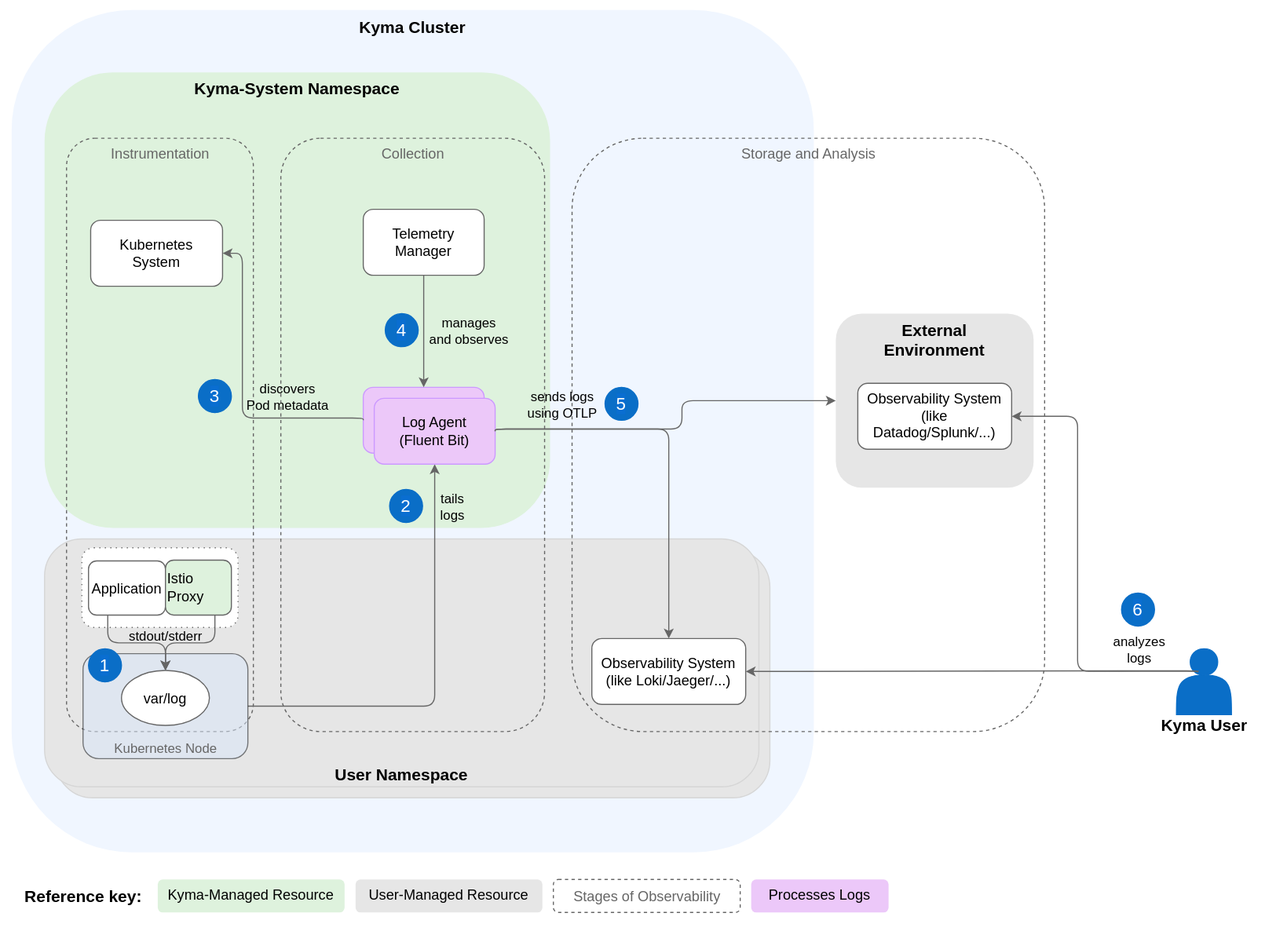
Before: docs/user/assets/logs-arch.drawio.svg, a diagram exported from draw.io (kyma-project/telemetry-manager). Source tidied: cells renumbered, new cells last; positions are measured from the earlier drawing's top-left corner, leaving out a move shared by most shapes.
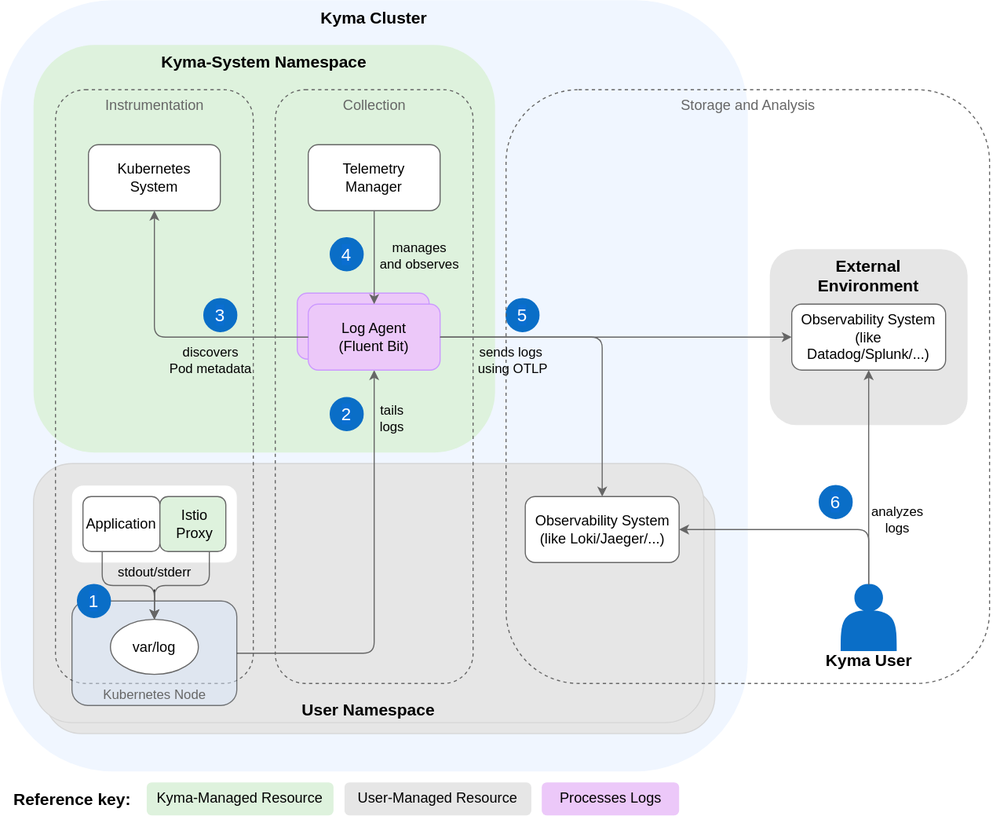
The same diagram one commit later.

Change to the diagram source:
```diff
@@ -5,6 +5,6 @@
     <mxCell id="2" style="rounded=0;whiteSpace=wrap;html=1;fillColor=#FFFFFF;strokeColor=none;" parent="1" vertex="1">
-      <mxGeometry width="1170" height="850" as="geometry" />
+      <mxGeometry x="-990" y="18.6" width="910" height="751.4" as="geometry" />
     </mxCell>
     <mxCell id="3" style="group;" parent="1" vertex="1">
-      <mxGeometry x="1050" y="590" width="90" height="79" as="geometry" />
+      <mxGeometry x="-245" y="550" width="90" height="79" as="geometry" />
     </mxCell>
@@ -17,73 +17,48 @@
     <mxCell id="6" value="&lt;font style=&quot;font-size: 16px&quot;&gt;6&lt;/font&gt;" style="ellipse;whiteSpace=wrap;html=1;labelBackgroundColor=#0A6ED1;fontColor=#FFFFFF;fillColor=#0A6EC7;strokeColor=#0A6EC7;" parent="1" vertex="1">
-      <mxGeometry x="1020" y="539.3" width="30" height="30" as="geometry" />
+      <mxGeometry x="-245" y="460" width="30" height="30" as="geometry" />
     </mxCell>
     <mxCell id="7" value="&lt;b style=&quot;color: rgb(0, 0, 0); font-size: 15px;&quot;&gt;&lt;font style=&quot;font-size: 15px;&quot;&gt;Kyma Cluster&lt;br style=&quot;font-size: 15px;&quot;&gt;&lt;/font&gt;&lt;/b&gt;" style="rounded=1;whiteSpace=wrap;html=1;fillColor=#F0F6FF;strokeColor=none;fontColor=#333333;verticalAlign=top;fontSize=15;" parent="1" vertex="1">
-      <mxGeometry x="10" y="8.6" width="730" height="766.8" as="geometry" />
+      <mxGeometry x="-990" y="18.6" width="680" height="701.4" as="geometry" />
     </mxCell>
     <mxCell id="8" value="&lt;b style=&quot;color: rgb(0, 0, 0); font-size: 15px;&quot;&gt;Kyma-System Namespace&lt;br style=&quot;font-size: 15px;&quot;&gt;&lt;/b&gt;" style="rounded=1;whiteSpace=wrap;html=1;dashed=1;fillColor=#DEF2DD;strokeColor=none;verticalAlign=top;fontSize=15;" parent="1" vertex="1">
-      <mxGeometry x="40" y="65.3" width="460" height="414.7" as="geometry" />
+      <mxGeometry x="-960" y="59.3" width="420" height="370.7" as="geometry" />
     </mxCell>
     <mxCell id="9" style="rounded=1;whiteSpace=wrap;html=1;fillColor=#E6E6E6;strokeColor=#d6d6d6;" parent="1" vertex="1">
-      <mxGeometry x="50" y="500" width="650" height="225.7" as="geometry" />
+      <mxGeometry x="-950" y="460" width="610" height="225.7" as="geometry" />
     </mxCell>
     <mxCell id="10" value="&lt;b style=&quot;color: rgb(0, 0, 0); font-size: 15px;&quot;&gt;User Namespace&lt;br style=&quot;font-size: 15px;&quot;&gt;&lt;/b&gt;" style="rounded=1;whiteSpace=wrap;html=1;fillColor=#E6E6E6;strokeColor=#D6D6D6;verticalAlign=bottom;fontSize=15;" parent="1" vertex="1">
-      <mxGeometry x="40" y="490" width="650" height="225.7" as="geometry" />
+      <mxGeometry x="-960" y="440" width="610" height="235.7" as="geometry" />
     </mxCell>
-    <mxCell id="11" value="&lt;font color=&quot;#666666&quot; style=&quot;font-size: 13px;&quot;&gt;Storage and Analysis&lt;br style=&quot;font-size: 13px;&quot;&gt;&lt;/font&gt;" style="html=1;fillColor=none;strokeColor=#666666;rounded=1;dashed=1;verticalAlign=top;fontSize=13;" parent="1" vertex="1">
-      <mxGeometry x="520" y="125.3" width="430" height="540" as="geometry" />
-    </mxCell>
     <mxCell id="12" value="&lt;b style=&quot;color: rgb(0, 0, 0); font-size: 15px;&quot;&gt;&lt;font style=&quot;font-size: 15px;&quot;&gt;External&lt;br style=&quot;font-size: 15px;&quot;&gt;Environment&lt;br style=&quot;font-size: 15px;&quot;&gt;&lt;/font&gt;&lt;/b&gt;" style="rounded=1;whiteSpace=wrap;html=1;fillColor=#e6e6e6;strokeColor=none;fontColor=#333333;verticalAlign=top;fontSize=15;" parent="1" vertex="1">
-      <mxGeometry x="760" y="285" width="180" height="158.4" as="geometry" />
+      <mxGeometry x="-290" y="245" width="180" height="160" as="geometry" />
     </mxCell>
     <mxCell id="13" value="Observability System&lt;br style=&quot;font-size: 13px;&quot;&gt;(like Datadog/Splunk/...)" style="rounded=1;whiteSpace=wrap;html=1;fontColor=#000000;fillColor=#FFFFFF;strokeColor=#666666;fontSize=13;" parent="1" vertex="1">
-      <mxGeometry x="780" y="348.4" width="140" height="60" as="geometry" />
+      <mxGeometry x="-270" y="295" width="140" height="60" as="geometry" />
     </mxCell>
     <mxCell id="14" value="Observability System&lt;br style=&quot;font-size: 13px;&quot;&gt;(like Loki/Jaeger/...)" style="rounded=1;whiteSpace=wrap;html=1;fontColor=#000000;fillColor=#FFFFFF;strokeColor=#666666;fontSize=13;" parent="1" vertex="1">
-      <mxGeometry x="538" y="580.7" width="140" height="60" as="geometry" />
+      <mxGeometry x="-512.5" y="470" width="140" height="60" as="geometry" />
     </mxCell>
     <mxCell id="15" value="&lt;font color=&quot;#666666&quot; style=&quot;font-size: 13px;&quot;&gt;Instrumentation&lt;br style=&quot;font-size: 13px;&quot;&gt;&lt;/font&gt;" style="html=1;fillColor=none;strokeColor=#666666;rounded=1;dashed=1;verticalAlign=top;fontSize=13;" parent="1" vertex="1">
-      <mxGeometry x="60" y="125.3" width="170" height="540" as="geometry" />
+      <mxGeometry x="-940" y="100" width="180" height="540" as="geometry" />
     </mxCell>
     <mxCell id="16" value="&lt;font color=&quot;#666666&quot; style=&quot;font-size: 13px;&quot;&gt;Collection&lt;br style=&quot;font-size: 13px;&quot;&gt;&lt;/font&gt;" style="html=1;fillColor=none;strokeColor=#666666;rounded=1;dashed=1;verticalAlign=top;fontSize=13;" parent="1" vertex="1">
-      <mxGeometry x="255" y="125.3" width="240" height="540" as="geometry" />
+      <mxGeometry x="-740" y="100" width="180" height="540" as="geometry" />
     </mxCell>
     <mxCell id="17" value="Telemetry&lt;br style=&quot;font-size: 13px;&quot;&gt;Manager" style="rounded=1;whiteSpace=wrap;html=1;fontColor=#000000;fillColor=#FFFFFF;strokeColor=#666666;fontSize=13;" parent="1" vertex="1">
-      <mxGeometry x="330" y="190" width="110" height="60" as="geometry" />
+      <mxGeometry x="-710" y="150" width="120" height="60" as="geometry" />
     </mxCell>
     <mxCell id="18" value="&lt;font style=&quot;font-size: 15px;&quot;&gt;&lt;b&gt;Reference key:&lt;/b&gt;&lt;/font&gt;" style="text;html=1;align=center;verticalAlign=middle;strokeColor=none;fillColor=default;" parent="1" vertex="1">
-      <mxGeometry x="10" y="800" width="130" height="30" as="geometry" />
+      <mxGeometry x="-990" y="730" width="130" height="30" as="geometry" />
     </mxCell>
     <mxCell id="19" value="&lt;span style=&quot;color: rgb(0, 0, 0); font-family: Helvetica; font-size: 13px; font-style: normal; font-variant-ligatures: normal; font-variant-caps: normal; font-weight: 400; letter-spacing: normal; orphans: 2; text-indent: 0px; text-transform: none; widows: 2; word-spacing: 0px; -webkit-text-stroke-width: 0px; text-decoration-thickness: initial; text-decoration-style: initial; text-decoration-color: initial; float: none; display: inline !important;&quot;&gt;Processes Logs&lt;/span&gt;" style="text;whiteSpace=wrap;html=1;strokeColor=none;rounded=1;fillColor=#ecc8f9;align=center;fontSize=13;" parent="1" vertex="1">
-      <mxGeometry x="683" y="800" width="125" height="30" as="geometry" />
+      <mxGeometry x="-497.5" y="730" width="125" height="30" as="geometry" />
     </mxCell>
-    <mxCell id="20" style="rounded=1;jettySize=auto;html=1;strokeColor=#666666;entryX=1;entryY=0.5;entryDx=0;entryDy=0;exitX=0.407;exitY=0.34;exitDx=0;exitDy=0;exitPerimeter=0;edgeStyle=orthogonalEdgeStyle;" parent="1" edge="1" source="4" target="13">
-      <mxGeometry relative="1" as="geometry">
-        <Array as="points">
-          <mxPoint x="980" y="610" />
-          <mxPoint x="980" y="378" />
-          <mxPoint x="920" y="378" />
-        </Array>
-      </mxGeometry>
-    </mxCell>
-    <mxCell id="21" value="&lt;font style=&quot;font-size: 12px;&quot;&gt;analyzes &lt;br&gt;logs&lt;/font&gt;" style="edgeLabel;html=1;align=center;verticalAlign=middle;" parent="20" vertex="1">
-      <mxGeometry x="-0.05" relative="1" as="geometry">
-        <mxPoint x="55" y="62" as="offset" />
-      </mxGeometry>
-    </mxCell>
-    <mxCell id="22" style="rounded=1;jettySize=auto;html=1;strokeColor=#666666;entryX=1;entryY=0.5;entryDx=0;entryDy=0;exitX=0.381;exitY=0.361;exitDx=0;exitDy=0;exitPerimeter=0;edgeStyle=orthogonalEdgeStyle;" parent="1" edge="1" source="4" target="14">
-      <mxGeometry relative="1" as="geometry">
-        <Array as="points">
-          <mxPoint x="1089" y="610" />
-          <mxPoint x="1030" y="610" />
-        </Array>
-      </mxGeometry>
-    </mxCell>
     <mxCell id="23" value="Kubernetes&lt;br style=&quot;font-size: 13px;&quot;&gt;System" style="rounded=1;whiteSpace=wrap;html=1;fontSize=13;strokeColor=#666666;" parent="1" vertex="1">
-      <mxGeometry x="82" y="200" width="120" height="60" as="geometry" />
+      <mxGeometry x="-910" y="150" width="120" height="60" as="geometry" />
     </mxCell>
     <mxCell id="24" value="&lt;font style=&quot;font-size: 16px&quot;&gt;5&lt;/font&gt;" style="ellipse;whiteSpace=wrap;html=1;labelBackgroundColor=#0A6ED1;fontColor=#FFFFFF;fillColor=#0A6EC7;strokeColor=#0A6EC7;" parent="1" vertex="1">
-      <mxGeometry x="550" y="352" width="30" height="30" as="geometry" />
+      <mxGeometry x="-530" y="290" width="30" height="30" as="geometry" />
     </mxCell>
     <mxCell id="25" value="Log Agent&lt;br&gt;(Fluent Bit)" style="rounded=1;whiteSpace=wrap;html=1;fillColor=#ecc8f9;strokeColor=#CC99FF;fontColor=#000000;" parent="1" vertex="1">
-      <mxGeometry x="330" y="352" width="110" height="60" as="geometry" />
+      <mxGeometry x="-720" y="285" width="120" height="60" as="geometry" />
     </mxCell>
@@ -93,6 +68,6 @@
     <mxCell id="27" value="stdout/stderr" style="text;html=1;align=center;verticalAlign=middle;points=[];fontSize=12;" parent="1" vertex="1">
-      <mxGeometry x="105" y="564.4" width="90" height="30" as="geometry" />
+      <mxGeometry x="-895" y="524.4" width="90" height="30" as="geometry" />
     </mxCell>
     <mxCell id="28" value="&lt;font style=&quot;font-size: 16px&quot;&gt;2&lt;/font&gt;" style="ellipse;whiteSpace=wrap;html=1;labelBackgroundColor=#0A6ED1;fontColor=#FFFFFF;fillColor=#0A6EC7;strokeColor=#0A6EC7;" parent="1" vertex="1">
-      <mxGeometry x="354" y="445" width="30" height="30" as="geometry" />
+      <mxGeometry x="-690" y="380" width="30" height="30" as="geometry" />
     </mxCell>
@@ -103,3 +78,3 @@
       <mxGeometry x="0.35" y="-4" relative="1" as="geometry">
-        <mxPoint x="11" y="-88" as="offset" />
+        <mxPoint x="11" y="-80" as="offset" />
       </mxGeometry>
@@ -107,10 +82,8 @@
     <mxCell id="31" value="Log Agent&lt;br style=&quot;font-size: 13px;&quot;&gt;(Fluent Bit)" style="rounded=1;whiteSpace=wrap;html=1;fillColor=#ecc8f9;strokeColor=#CC99FF;fontColor=#000000;fontSize=13;" parent="1" vertex="1">
-      <mxGeometry x="340" y="362" width="110" height="60" as="geometry" />
+      <mxGeometry x="-710" y="295" width="120" height="60" as="geometry" />
     </mxCell>
-    <mxCell id="32" style="edgeStyle=orthogonalEdgeStyle;rounded=1;jettySize=auto;html=1;startArrow=none;startFill=0;endArrow=classic;endFill=1;strokeColor=#666666;entryX=1;entryY=0.5;entryDx=0;entryDy=0;exitX=0;exitY=0.5;exitDx=0;exitDy=0;" parent="1" edge="1" source="25" target="23">
+    <mxCell id="32" style="edgeStyle=orthogonalEdgeStyle;rounded=1;jettySize=auto;html=1;startArrow=none;startFill=0;endArrow=classic;endFill=1;strokeColor=#666666;entryX=0.5;entryY=1;entryDx=0;entryDy=0;exitX=0;exitY=0.5;exitDx=0;exitDy=0;" parent="1" edge="1" source="31" target="23">
       <mxGeometry relative="1" as="geometry">
         <Array as="points">
-          <mxPoint x="330" y="380" />
-          <mxPoint x="220" y="380" />
-          <mxPoint x="220" y="230" />
+          <mxPoint x="-850" y="325" />
         </Array>
@@ -120,3 +93,3 @@
       <mxGeometry x="-0.24" y="2" relative="1" as="geometry">
-        <mxPoint x="35" y="-22" as="offset" />
+        <mxPoint x="7" y="18" as="offset" />
       </mxGeometry>
@@ -124,13 +97,12 @@
     <mxCell id="34" value="&lt;font style=&quot;font-size: 16px&quot;&gt;3&lt;/font&gt;" style="ellipse;whiteSpace=wrap;html=1;labelBackgroundColor=#0A6ED1;fontColor=#FFFFFF;fillColor=#0A6EC7;strokeColor=#0A6EC7;" parent="1" vertex="1">
-      <mxGeometry x="180" y="345" width="30" height="30" as="geometry" />
+      <mxGeometry x="-805" y="290" width="30" height="30" as="geometry" />
     </mxCell>
     <mxCell id="35" value="&lt;font style=&quot;font-size: 16px&quot;&gt;4&lt;/font&gt;" style="ellipse;whiteSpace=wrap;html=1;labelBackgroundColor=#0A6ED1;fontColor=#FFFFFF;fillColor=#0A6EC7;strokeColor=#0A6EC7;" parent="1" vertex="1">
-      <mxGeometry x="350" y="285" width="30" height="30" as="geometry" />
+      <mxGeometry x="-690" y="234.7" width="30" height="30" as="geometry" />
     </mxCell>
-    <mxCell id="36" style="edgeStyle=orthogonalEdgeStyle;rounded=1;jettySize=auto;html=1;entryX=0;entryY=0.5;entryDx=0;entryDy=0;strokeColor=#666666;exitX=1;exitY=0.5;exitDx=0;exitDy=0;" parent="1" edge="1" source="31" target="12">
+    <mxCell id="36" style="edgeStyle=orthogonalEdgeStyle;rounded=1;jettySize=auto;html=1;entryX=0;entryY=0.5;entryDx=0;entryDy=0;strokeColor=#666666;exitX=1;exitY=0.5;exitDx=0;exitDy=0;" parent="1" edge="1" source="31" target="13">
       <mxGeometry relative="1" as="geometry">
         <Array as="points">
-          <mxPoint x="450" y="390" />
-          <mxPoint x="620" y="390" />
-          <mxPoint x="620" y="364" />
+          <mxPoint x="-430" y="325" />
+          <mxPoint x="-430" y="325" />
         </Array>
@@ -140,3 +112,3 @@
       <mxGeometry x="-0.14" y="-2" relative="1" as="geometry">
-        <mxPoint x="-84" y="-25" as="offset" />
+        <mxPoint x="-73" y="18" as="offset" />
       </mxGeometry>
@@ -146,4 +118,4 @@
         <Array as="points">
-          <mxPoint x="450" y="390" />
-          <mxPoint x="608" y="390" />
+          <mxPoint x="-442" y="325" />
+          <mxPoint x="-442" y="470" />
         </Array>
@@ -152,11 +124,11 @@
     <mxCell id="39" value="&lt;font color=&quot;#666666&quot;&gt;Kubernetes Node&lt;br&gt;&lt;/font&gt;" style="html=1;fillColor=#dae8fc;strokeColor=default;rounded=1;verticalAlign=bottom;opacity=50;" parent="1" vertex="1">
-      <mxGeometry x="75" y="594.4" width="150" height="95.6" as="geometry" />
+      <mxGeometry x="-925" y="565" width="150" height="95" as="geometry" />
     </mxCell>
     <mxCell id="40" value="var/log" style="ellipse;whiteSpace=wrap;html=1;fontSize=13;strokeColor=#666666;" parent="1" vertex="1">
-      <mxGeometry x="110" y="609.8" width="80" height="50" as="geometry" />
+      <mxGeometry x="-890" y="581.8" width="80" height="50" as="geometry" />
     </mxCell>
     <mxCell id="41" value="&lt;font style=&quot;font-size: 16px&quot;&gt;1&lt;/font&gt;" style="ellipse;whiteSpace=wrap;html=1;labelBackgroundColor=#0A6ED1;fontColor=#FFFFFF;fillColor=#0A6EC7;strokeColor=#0A6EC7;" parent="1" vertex="1">
-      <mxGeometry x="80" y="590.1" width="30" height="30" as="geometry" />
+      <mxGeometry x="-920" y="550" width="30" height="30" as="geometry" />
     </mxCell>
-    <mxCell id="42" style="edgeStyle=orthogonalEdgeStyle;rounded=1;jettySize=auto;html=1;startArrow=none;startFill=0;endArrow=classic;endFill=1;strokeColor=#666666;exitX=0.5;exitY=1;exitDx=0;exitDy=0;entryX=0.5;entryY=0;entryDx=0;entryDy=0;" parent="1" edge="1" source="17" target="25">
+    <mxCell id="42" style="edgeStyle=orthogonalEdgeStyle;rounded=1;jettySize=auto;html=1;startArrow=none;startFill=0;endArrow=classic;endFill=1;strokeColor=#666666;exitX=0.5;exitY=1;exitDx=0;exitDy=0;entryX=0.5;entryY=0;entryDx=0;entryDy=0;" parent="1" edge="1" source="17" target="31">
       <mxGeometry relative="1" as="geometry" />
@@ -165,13 +137,13 @@
       <mxGeometry x="0.35" y="-4" relative="1" as="geometry">
-        <mxPoint x="44" y="-19" as="offset" />
+        <mxPoint x="44" y="-18" as="offset" />
       </mxGeometry>
     </mxCell>
-    <mxCell id="44" style="rounded=1;whiteSpace=wrap;html=1;fillColor=#FFFFFF;strokeColor=#666666;fontColor=#000000;dashed=1;dashPattern=1 4;" parent="1" vertex="1">
-      <mxGeometry x="73.9" y="498" width="142.1" height="72.5" as="geometry" />
+    <mxCell id="44" style="rounded=1;whiteSpace=wrap;html=1;fillColor=#FFFFFF;strokeColor=none;fontColor=#000000;dashed=1;dashPattern=1 4;" parent="1" vertex="1">
+      <mxGeometry x="-925" y="460" width="150" height="70" as="geometry" />
     </mxCell>
     <mxCell id="45" value="&lt;font style=&quot;font-size: 13px;&quot;&gt;Application&lt;/font&gt;" style="rounded=1;whiteSpace=wrap;html=1;fillColor=#FFFFFF;strokeColor=#666666;fontColor=#000000;fontSize=13;" parent="1" vertex="1">
-      <mxGeometry x="80" y="510" width="70" height="49.3" as="geometry" />
+      <mxGeometry x="-915" y="470" width="70" height="50" as="geometry" />
     </mxCell>
-    <mxCell id="46" value="&lt;font style=&quot;font-size: 13px;&quot;&gt;&amp;nbsp;Istio&lt;br style=&quot;font-size: 13px;&quot;&gt;&amp;nbsp;Proxy&lt;/font&gt;" style="rounded=1;whiteSpace=wrap;html=1;fontSize=13;fillColor=#def2dd;strokeColor=#666666;fontColor=#000000;align=left;" parent="1" vertex="1">
-      <mxGeometry x="150" y="509.3" width="60" height="50" as="geometry" />
+    <mxCell id="46" value="&lt;font style=&quot;font-size: 13px;&quot;&gt;&amp;nbsp;Istio&lt;br style=&quot;font-size: 13px;&quot;&gt;&amp;nbsp;Proxy&lt;/font&gt;" style="rounded=1;whiteSpace=wrap;html=1;fontSize=13;fillColor=#def2dd;strokeColor=#666666;fontColor=#000000;align=center;" parent="1" vertex="1">
+      <mxGeometry x="-845" y="470" width="60" height="50" as="geometry" />
     </mxCell>
@@ -184,10 +156,29 @@
     <mxCell id="49" value="&lt;span style=&quot;color: rgb(0, 0, 0); font-family: Helvetica; font-size: 13px; font-style: normal; font-variant-ligatures: normal; font-variant-caps: normal; font-weight: 400; letter-spacing: normal; orphans: 2; text-indent: 0px; text-transform: none; widows: 2; word-spacing: 0px; -webkit-text-stroke-width: 0px; text-decoration-thickness: initial; text-decoration-style: initial; text-decoration-color: initial; float: none; display: inline !important;&quot;&gt;User-Managed Resource&lt;/span&gt;" style="text;whiteSpace=wrap;html=1;strokeColor=none;rounded=1;fillColor=#e6e6e6;align=center;fontSize=13;" parent="1" vertex="1">
-      <mxGeometry x="323" y="800" width="170" height="30" as="geometry" />
+      <mxGeometry x="-677" y="730" width="170" height="30" as="geometry" />
     </mxCell>
-    <mxCell id="50" value="&lt;font color=&quot;#666666&quot; style=&quot;font-size: 13px;&quot;&gt;&lt;font style=&quot;font-size: 13px;&quot;&gt;Stages of Observability&lt;/font&gt;&lt;br style=&quot;font-size: 13px;&quot;&gt;&lt;/font&gt;" style="html=1;fillColor=none;strokeColor=#666666;rounded=1;dashed=1;fontSize=13;" parent="1" vertex="1">
-      <mxGeometry x="503" y="800" width="170" height="30" as="geometry" />
-    </mxCell>
     <mxCell id="51" value="&lt;span style=&quot;color: rgb(0, 0, 0); font-family: Helvetica; font-size: 13px; font-style: normal; font-variant-ligatures: normal; font-variant-caps: normal; font-weight: 400; letter-spacing: normal; orphans: 2; text-indent: 0px; text-transform: none; widows: 2; word-spacing: 0px; -webkit-text-stroke-width: 0px; text-decoration-thickness: initial; text-decoration-style: initial; text-decoration-color: initial; float: none; display: inline !important;&quot;&gt;Kyma-Managed Resource&lt;/span&gt;" style="text;whiteSpace=wrap;html=1;strokeColor=none;rounded=1;fillColor=#def2dd;align=center;" parent="1" vertex="1">
-      <mxGeometry x="143" y="800" width="170" height="30" as="geometry" />
+      <mxGeometry x="-857" y="730" width="170" height="30" as="geometry" />
     </mxCell>
+    <mxCell id="20" style="edgeStyle=orthogonalEdgeStyle;rounded=1;jettySize=auto;html=1;entryX=0.5;entryY=1;entryDx=0;entryDy=0;strokeColor=#666666;exitX=0.5;exitY=0;exitDx=0;exitDy=0;" parent="1" edge="1" source="4" target="13">
+      <mxGeometry relative="1" as="geometry">
+        <Array as="points">
+          <mxPoint x="-200" y="550" />
+        </Array>
+      </mxGeometry>
+    </mxCell>
+    <mxCell id="22" style="edgeStyle=orthogonalEdgeStyle;rounded=1;jettySize=auto;html=1;entryX=1;entryY=0.5;entryDx=0;entryDy=0;strokeColor=#666666;exitX=0.5;exitY=0;exitDx=0;exitDy=0;" parent="1" edge="1" source="4" target="14">
+      <mxGeometry relative="1" as="geometry">
+        <Array as="points">
+          <mxPoint x="-200" y="500" />
+        </Array>
+      </mxGeometry>
+    </mxCell>
+    <mxCell id="21" value="analyzes &lt;br style=&quot;font-size: 12px;&quot;&gt;logs" style="edgeLabel;html=1;align=center;verticalAlign=middle;fontSize=12;labelBackgroundColor=none;" parent="22" vertex="1">
+      <mxGeometry x="-0.13" relative="1" as="geometry">
+        <mxPoint x="72" y="-10" as="offset" />
+      </mxGeometry>
+    </mxCell>
+    <mxCell id="11" value="&lt;font color=&quot;#666666&quot; style=&quot;font-size: 13px;&quot;&gt;Storage and Analysis&lt;br style=&quot;font-size: 13px;&quot;&gt;&lt;/font&gt;" style="html=1;fillColor=none;strokeColor=#666666;rounded=1;dashed=1;verticalAlign=top;fontSize=13;" parent="1" vertex="1">
+      <mxGeometry x="-530" y="100" width="440" height="540" as="geometry" />
+    </mxCell>
   </root>
```
